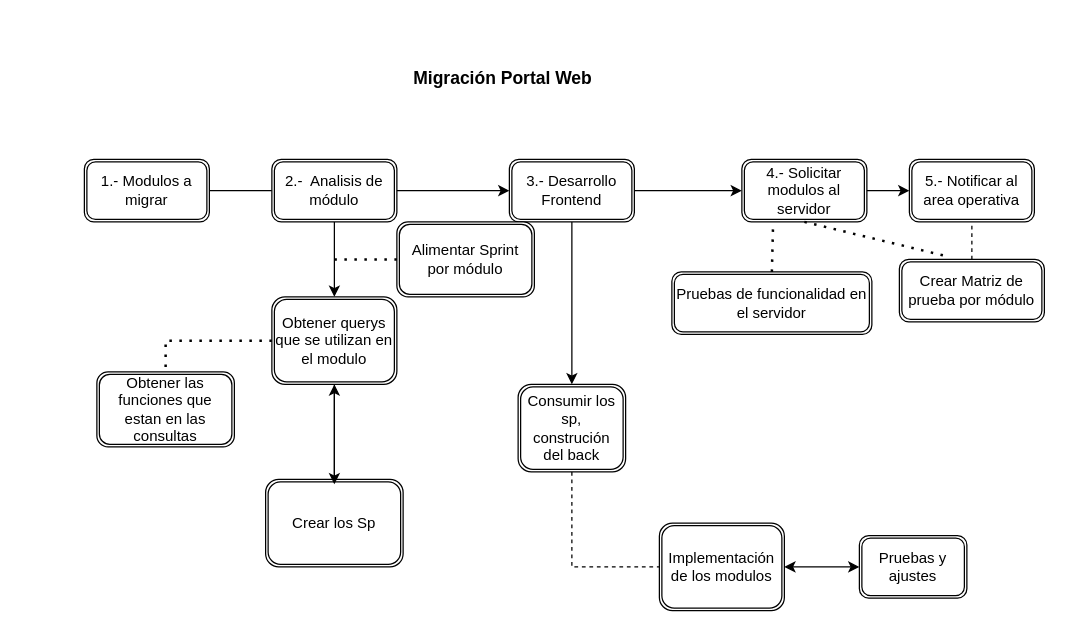
Above: 00-Documentacion/Flujo_de_migracion.drawio in EnrikeMendez/migracion_portal (draw.io), before the change. Source tidied: cells renumbered, new cells numbered last; positions are measured from the earlier drawing's top-left corner, leaving out a move shared by most shapes. Both pictures are drawn from the tidied source at 125%, with x=0, y=0 at pixel (84, 59).
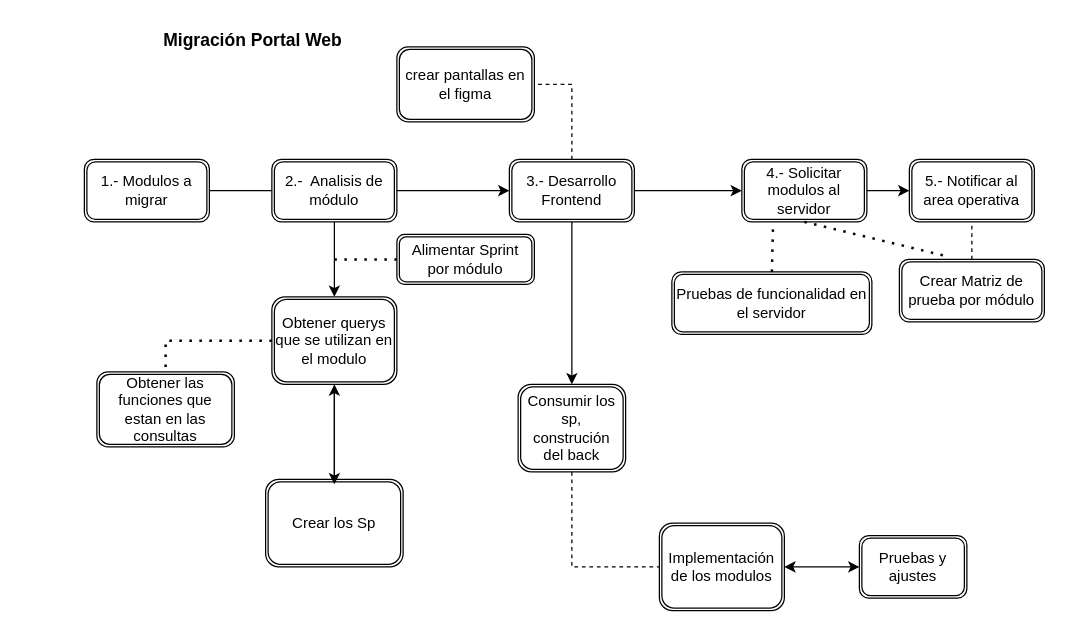
The same diagram, later.

Commit message (it also covers changes not shown here):
se agrega documento de los modulos portal interno y actualización del diagrama de migracion

se agrega documento de los módulos portal interno y actualización del diagrama de migración

The change refers to these unchanged cells:
```xml
<mxCell id="11" value="3.- Desarrollo Frontend" style="shape=ext;double=1;rounded=1;whiteSpace=wrap;html=1;" parent="1" vertex="1">
  <mxGeometry x="340" y="80" width="100" height="50" as="geometry" />
</mxCell>
```

What changed in the source:
```diff
@@
     <mxCell id="27" value="&lt;b&gt;&lt;font style=&quot;font-size: 14px;&quot;&gt;Migración Portal Web&lt;/font&gt;&lt;/b&gt;" style="text;html=1;align=center;verticalAlign=middle;whiteSpace=wrap;rounded=0;" parent="1" vertex="1">
-      <mxGeometry x="150" width="370" height="30" as="geometry" />
+      <mxGeometry x="-50" y="-30" width="370" height="30" as="geometry" />
     </mxCell>
@@
     <mxCell id="29" value="Alimentar Sprint por módulo" style="shape=ext;double=1;rounded=1;whiteSpace=wrap;html=1;" parent="1" vertex="1">
-      <mxGeometry x="250" y="130" width="110" height="60" as="geometry" />
+      <mxGeometry x="250" y="140" width="110" height="40" as="geometry" />
     </mxCell>
@@
+    <mxCell id="32" value="crear pantallas en el figma" style="shape=ext;double=1;rounded=1;whiteSpace=wrap;html=1;" parent="1" vertex="1">
+      <mxGeometry x="250" y="-10" width="110" height="60" as="geometry" />
+    </mxCell>
+    <mxCell id="33" style="endArrow=none;dashed=1;html=1;rounded=0;exitX=0.5;exitY=0;exitDx=0;exitDy=0;entryX=1;entryY=0.5;entryDx=0;entryDy=0;" parent="1" edge="1" source="11" target="32">
+      <mxGeometry relative="1" as="geometry">
+        <Array as="points">
+          <mxPoint x="390" y="20" />
+        </Array>
+      </mxGeometry>
+    </mxCell>
```
